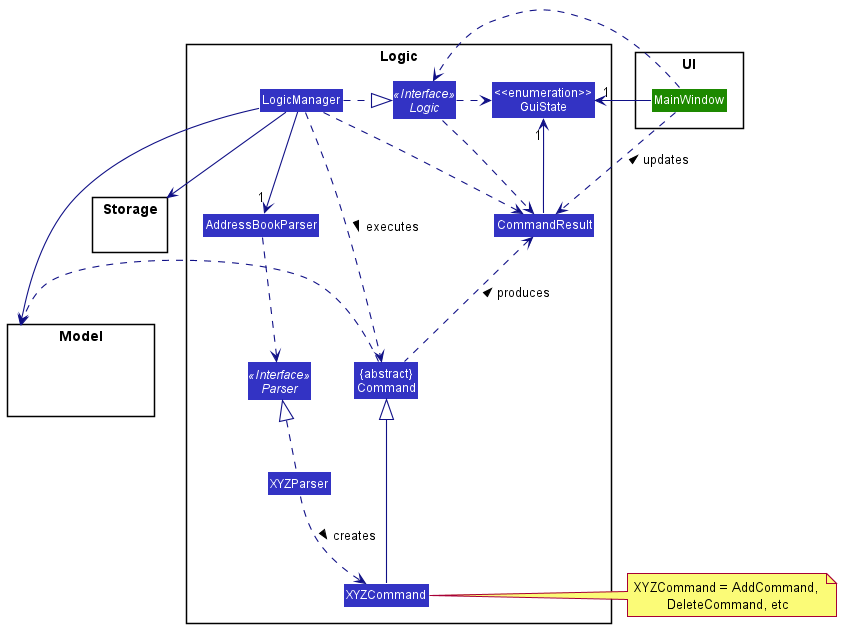
Before: docs/images/LogicGuiStateClassDiagram.png, a diagram exported from PlantUML (rohit0718/tp).
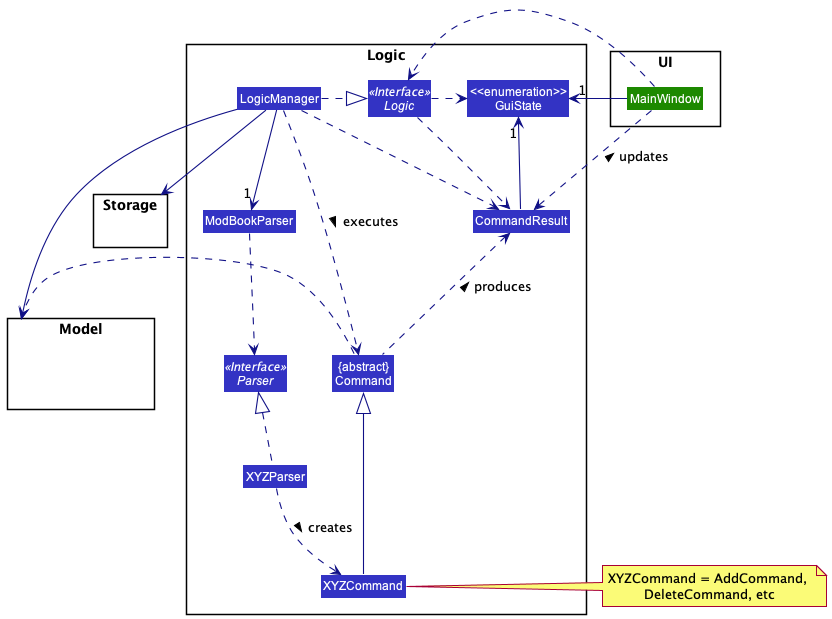
The same diagram one commit later.

Diff of the diagram source:
```diff
@@ -11,7 +11,7 @@
 
 package Logic {
 
-Class AddressBookParser
+Class ModBookParser
 Class XYZCommand
 Class XYZParser
 Class CommandResult
@@ -42,8 +42,8 @@
 XYZCommand -up-|> Command
 LogicManager ..> Command : executes >
 
-LogicManager -->"1" AddressBookParser
-AddressBookParser ..> Parser
+LogicManager -->"1" ModBookParser
+ModBookParser ..> Parser
 XYZParser .up.|> Parser
 XYZParser .down.> XYZCommand : creates >
 
```
